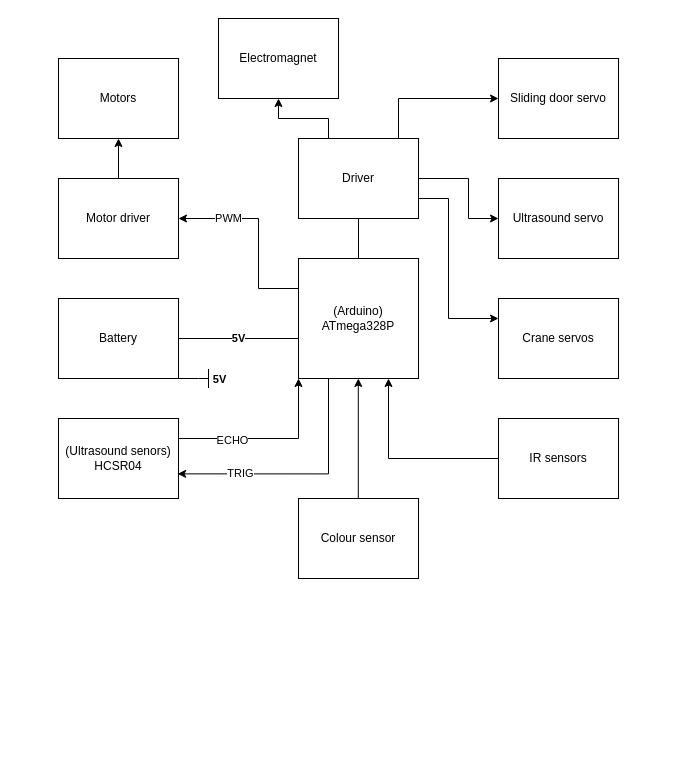
Earlier version of the draw.io diagram documentation/electrical-architecture/electrical-architecture-group2.drawio (Tottocs/System-Project-G2). Source tidied: cells renumbered, new cells numbered last; positions are measured from the earlier drawing's top-left corner, leaving out a move shared by most shapes. Both pictures are drawn from the tidied source at 100%, with x=0, y=0 at pixel (58, 18).
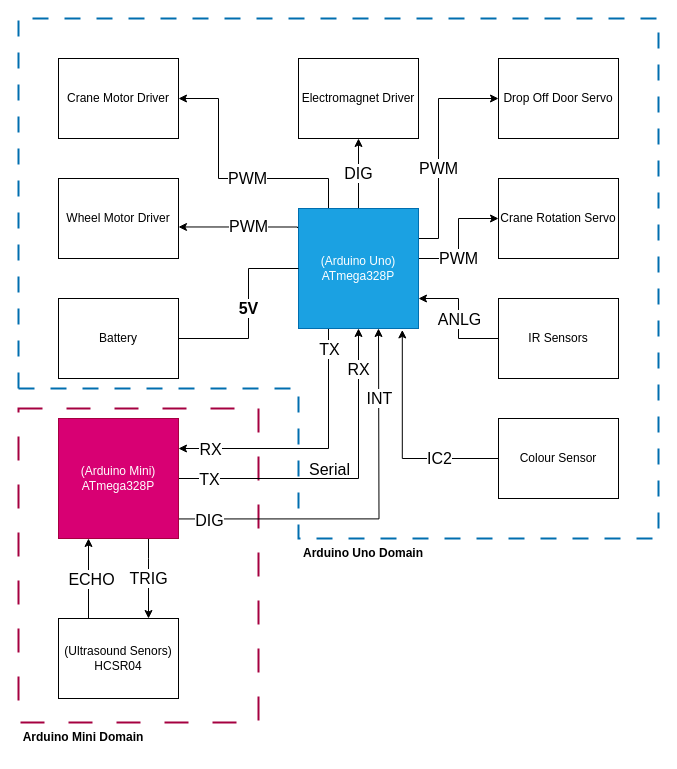
The same page after the edit.

The change refers to these unchanged cells:
```xml
<mxCell id="13" value="Battery" style="rounded=0;whiteSpace=wrap;html=1;" parent="1" vertex="1">
  <mxGeometry y="280" width="120" height="80" as="geometry" />
</mxCell>
```

The edit, as a diff of the source:
```diff
@@
+    <mxCell id="29" style="rounded=0;whiteSpace=wrap;html=1;fillColor=none;dashed=1;dashPattern=12 12;fontColor=#ffffff;strokeColor=#A50040;strokeWidth=2;" parent="1" vertex="1">
+      <mxGeometry x="-40" y="390" width="240" height="314" as="geometry" />
+    </mxCell>
-    <mxCell id="2" value="PWM" style="edgeStyle=orthogonalEdgeStyle;rounded=0;jettySize=auto;html=1;entryX=1;entryY=0.5;entryDx=0;entryDy=0;exitX=0;exitY=0.25;exitDx=0;exitDy=0;" parent="1" edge="1" source="8" target="16">
-      <mxGeometry x="0.47" relative="1" as="geometry">
+    <mxCell id="2" value="PWM" style="edgeStyle=orthogonalEdgeStyle;rounded=0;jettySize=auto;html=1;entryX=1;entryY=0.606;entryDx=0;entryDy=0;exitX=-0.008;exitY=0.163;exitDx=0;exitDy=0;fontSize=16;exitPerimeter=0;entryPerimeter=0;fontStyle=0;" parent="1" edge="1" source="8" target="16">
+      <mxGeometry x="-0.17" relative="1" as="geometry">
         <Array as="points">
-          <mxPoint x="200" y="270" />
-          <mxPoint x="200" y="200" />
+          <mxPoint x="239" y="208" />
         </Array>
       </mxGeometry>
     </mxCell>
-    <mxCell id="3" style="edgeStyle=orthogonalEdgeStyle;rounded=0;jettySize=auto;html=1;entryX=0.5;entryY=1;entryDx=0;entryDy=0;" parent="1" edge="1" source="8" target="21">
-      <mxGeometry relative="1" as="geometry">
-        <Array as="points">
-          <mxPoint x="300" y="140" />
-          <mxPoint x="300" y="140" />
-        </Array>
-      </mxGeometry>
-    </mxCell>
-    <mxCell id="4" style="edgeStyle=orthogonalEdgeStyle;rounded=0;jettySize=auto;html=1;exitX=0;exitY=1;exitDx=0;exitDy=0;entryX=1;entryY=0.25;entryDx=0;entryDy=0;endArrow=none;endFill=0;startArrow=classic;startFill=1;" parent="1" edge="1" source="8" target="22">
+    <mxCell id="4" style="edgeStyle=orthogonalEdgeStyle;rounded=0;jettySize=auto;html=1;entryX=0.25;entryY=0;entryDx=0;entryDy=0;endArrow=none;endFill=0;startArrow=classic;startFill=1;exitX=0.25;exitY=1;exitDx=0;exitDy=0;" parent="1" edge="1" source="44" target="22">
       <mxGeometry relative="1" as="geometry">
         <Array as="points">
-          <mxPoint x="240" y="420" />
+          <mxPoint x="30" y="560" />
+          <mxPoint x="30" y="560" />
         </Array>
       </mxGeometry>
     </mxCell>
-    <mxCell id="5" value="ECHO" style="edgeLabel;html=1;align=center;verticalAlign=middle;" parent="4" vertex="1">
+    <mxCell id="5" value="ECHO" style="edgeLabel;html=1;align=center;verticalAlign=middle;fontSize=16;" parent="4" vertex="1">
       <mxGeometry x="0.25" y="1" relative="1" as="geometry">
-        <mxPoint x="-14" as="offset" />
+        <mxPoint x="1" y="-10" as="offset" />
       </mxGeometry>
     </mxCell>
-    <mxCell id="6" style="edgeStyle=orthogonalEdgeStyle;rounded=0;jettySize=auto;html=1;entryX=0;entryY=0.5;entryDx=0;entryDy=0;startArrow=classic;startFill=1;endArrow=none;endFill=0;exitX=0.75;exitY=1;exitDx=0;exitDy=0;" parent="1" edge="1" source="8" target="27">
+    <mxCell id="6" style="edgeStyle=orthogonalEdgeStyle;rounded=0;jettySize=auto;html=1;entryX=0;entryY=0.5;entryDx=0;entryDy=0;startArrow=classic;startFill=1;endArrow=none;endFill=0;exitX=1;exitY=0.75;exitDx=0;exitDy=0;" parent="1" edge="1" source="8" target="27">
       <mxGeometry relative="1" as="geometry">
         <Array as="points">
-          <mxPoint x="330" y="440" />
+          <mxPoint x="400" y="280" />
+          <mxPoint x="400" y="320" />
         </Array>
       </mxGeometry>
     </mxCell>
+    <mxCell id="30" value="&lt;font style=&quot;font-size: 16px;&quot;&gt;ANLG&lt;/font&gt;" style="edgeLabel;html=1;align=center;verticalAlign=middle;" parent="6" vertex="1">
+      <mxGeometry x="0.21" relative="1" as="geometry">
+        <mxPoint y="-13" as="offset" />
+      </mxGeometry>
+    </mxCell>
-    <mxCell id="7" style="edgeStyle=orthogonalEdgeStyle;rounded=0;jettySize=auto;html=1;exitX=0.332;exitY=1;exitDx=0;exitDy=0;startArrow=classic;startFill=1;endArrow=none;endFill=0;entryX=0.5;entryY=0;entryDx=0;entryDy=0;exitPerimeter=0;" parent="1" edge="1" target="26">
-      <mxGeometry relative="1" as="geometry">
-        <mxPoint x="299.8" y="360" as="sourcePoint" />
+    <mxCell id="7" value="IC2" style="edgeStyle=orthogonalEdgeStyle;rounded=0;jettySize=auto;html=1;exitX=0.865;exitY=1.012;exitDx=0;exitDy=0;startArrow=classic;startFill=1;endArrow=none;endFill=0;entryX=0;entryY=0.5;entryDx=0;entryDy=0;fontSize=16;exitPerimeter=0;" parent="1" edge="1" source="8" target="26">
+      <mxGeometry x="0.48" relative="1" as="geometry">
         <Array as="points">
-          <mxPoint x="300" y="500" />
-          <mxPoint x="300" y="500" />
+          <mxPoint x="344" y="440" />
         </Array>
       </mxGeometry>
     </mxCell>
+    <mxCell id="31" value="PWM" style="edgeStyle=orthogonalEdgeStyle;rounded=0;jettySize=auto;html=1;exitX=1;exitY=0.75;exitDx=0;exitDy=0;fontSize=16;" parent="1" edge="1" source="8" target="25">
+      <mxGeometry relative="1" as="geometry">
+        <Array as="points">
+          <mxPoint x="360" y="240" />
+          <mxPoint x="400" y="240" />
+          <mxPoint x="400" y="200" />
+        </Array>
+      </mxGeometry>
+    </mxCell>
+    <mxCell id="32" value="PWM" style="edgeStyle=orthogonalEdgeStyle;rounded=0;jettySize=auto;html=1;exitX=1;exitY=0.25;exitDx=0;exitDy=0;entryX=0;entryY=0.5;entryDx=0;entryDy=0;fontSize=16;" parent="1" edge="1" source="8" target="14">
+      <mxGeometry x="-0.18" relative="1" as="geometry">
+        <Array as="points">
+          <mxPoint x="380" y="220" />
+          <mxPoint x="380" y="80" />
+        </Array>
+      </mxGeometry>
+    </mxCell>
+    <mxCell id="33" style="edgeStyle=orthogonalEdgeStyle;rounded=0;jettySize=auto;html=1;exitX=0.25;exitY=1;exitDx=0;exitDy=0;entryX=1;entryY=0.25;entryDx=0;entryDy=0;" parent="1" edge="1" source="8" target="44">
+      <mxGeometry relative="1" as="geometry" />
+    </mxCell>
+    <mxCell id="34" value="RX" style="edgeLabel;html=1;align=center;verticalAlign=middle;fontSize=16;" parent="33" vertex="1">
+      <mxGeometry x="0.62" relative="1" as="geometry">
+        <mxPoint x="-20" as="offset" />
+      </mxGeometry>
+    </mxCell>
+    <mxCell id="35" value="&lt;font style=&quot;font-size: 16px;&quot;&gt;TX&lt;/font&gt;" style="edgeLabel;html=1;align=center;verticalAlign=middle;" parent="33" vertex="1">
+      <mxGeometry x="-0.85" relative="1" as="geometry" />
+    </mxCell>
+    <mxCell id="36" value="&lt;font style=&quot;font-size: 16px;&quot;&gt;Serial&lt;/font&gt;" style="edgeLabel;html=1;align=center;verticalAlign=middle;" parent="33" vertex="1">
+      <mxGeometry x="0.07" y="-1" relative="1" as="geometry">
+        <mxPoint x="24" y="21" as="offset" />
+      </mxGeometry>
+    </mxCell>
+    <mxCell id="37" value="PWM" style="edgeStyle=orthogonalEdgeStyle;rounded=0;jettySize=auto;html=1;exitX=0.25;exitY=0;exitDx=0;exitDy=0;entryX=1;entryY=0.5;entryDx=0;entryDy=0;fontSize=16;" parent="1" edge="1" source="8" target="45">
+      <mxGeometry x="-0.15" relative="1" as="geometry">
+        <Array as="points">
+          <mxPoint x="270" y="160" />
+          <mxPoint x="160" y="160" />
+          <mxPoint x="160" y="80" />
+        </Array>
+      </mxGeometry>
+    </mxCell>
+    <mxCell id="3" value="DIG" style="edgeStyle=none;rounded=0;jettySize=auto;html=1;fontSize=16;" parent="1" edge="1" source="8" target="21">
+      <mxGeometry relative="1" as="geometry" />
+    </mxCell>
-    <mxCell id="8" value="&lt;div&gt;(Arduino)&lt;/div&gt;ATmega328P" style="whiteSpace=wrap;html=1;" parent="1" vertex="1">
-      <mxGeometry x="240" y="240" width="120" height="120" as="geometry" />
+    <mxCell id="8" value="&lt;div&gt;(Arduino Uno)&lt;/div&gt;ATmega328P" style="whiteSpace=wrap;html=1;fillColor=#1ba1e2;fontColor=#ffffff;strokeColor=#006EAF;" parent="1" vertex="1">
+      <mxGeometry x="240" y="190" width="120" height="120" as="geometry" />
     </mxCell>
-    <mxCell id="9" value="Motors" style="rounded=0;whiteSpace=wrap;html=1;" parent="1" vertex="1">
-      <mxGeometry y="40" width="120" height="80" as="geometry" />
-    </mxCell>
-    <mxCell id="10" value="5V" style="edgeStyle=orthogonalEdgeStyle;rounded=0;jettySize=auto;html=1;exitX=1;exitY=0.5;exitDx=0;exitDy=0;strokeColor=default;endArrow=none;endFill=0;sourcePerimeterSpacing=0;targetPerimeterSpacing=1;spacingTop=0;spacingLeft=0;fontStyle=1;" parent="1" edge="1" source="13">
-      <mxGeometry relative="1" as="geometry">
-        <mxPoint x="240" y="320" as="targetPoint" />
+    <mxCell id="10" value="5V" style="edgeStyle=orthogonalEdgeStyle;rounded=0;jettySize=auto;html=1;exitX=1;exitY=0.5;exitDx=0;exitDy=0;strokeColor=default;endArrow=none;endFill=0;sourcePerimeterSpacing=0;targetPerimeterSpacing=1;spacingTop=0;spacingLeft=0;fontStyle=1;fontSize=16;entryX=0;entryY=0.5;entryDx=0;entryDy=0;" parent="1" edge="1" source="13" target="8">
+      <mxGeometry x="0.05" relative="1" as="geometry">
         <Array as="points">
-          <mxPoint x="240" y="320" />
+          <mxPoint x="190" y="320" />
+          <mxPoint x="190" y="250" />
         </Array>
       </mxGeometry>
     </mxCell>
-    <mxCell id="11" style="edgeStyle=orthogonalEdgeStyle;rounded=0;jettySize=auto;html=1;exitX=1;exitY=1;exitDx=0;exitDy=0;endArrow=baseDash;endFill=0;endSize=17;" parent="1" edge="1" source="13">
-      <mxGeometry relative="1" as="geometry">
-        <mxPoint x="150" y="360" as="targetPoint" />
-        <Array as="points">
-          <mxPoint x="140" y="360" />
-          <mxPoint x="140" y="360" />
-        </Array>
-      </mxGeometry>
-    </mxCell>
-    <mxCell id="12" value="&lt;b&gt;5V&lt;/b&gt;" style="edgeLabel;html=1;align=center;verticalAlign=middle;" parent="11" vertex="1">
-      <mxGeometry x="1" y="-3" relative="1" as="geometry">
-        <mxPoint x="10" y="-3" as="offset" />
-      </mxGeometry>
-    </mxCell>
@@
-    <mxCell id="14" value="Sliding door servo" style="rounded=0;whiteSpace=wrap;html=1;" parent="1" vertex="1">
+    <mxCell id="14" value="Drop Off Door Servo" style="rounded=0;whiteSpace=wrap;html=1;" parent="1" vertex="1">
       <mxGeometry x="440" y="40" width="120" height="80" as="geometry" />
     </mxCell>
-    <mxCell id="15" style="edgeStyle=orthogonalEdgeStyle;rounded=0;jettySize=auto;html=1;" parent="1" edge="1" source="16" target="9">
-      <mxGeometry relative="1" as="geometry" />
-    </mxCell>
-    <mxCell id="16" value="Motor driver" style="rounded=0;whiteSpace=wrap;html=1;" parent="1" vertex="1">
+    <mxCell id="16" value="Wheel Motor Driver" style="rounded=0;whiteSpace=wrap;html=1;" parent="1" vertex="1">
       <mxGeometry y="160" width="120" height="80" as="geometry" />
     </mxCell>
-    <mxCell id="17" style="edgeStyle=orthogonalEdgeStyle;rounded=0;jettySize=auto;html=1;" parent="1" edge="1" source="21" target="14">
-      <mxGeometry relative="1" as="geometry">
-        <Array as="points">
-          <mxPoint x="340" y="80" />
-        </Array>
-      </mxGeometry>
-    </mxCell>
-    <mxCell id="18" style="edgeStyle=orthogonalEdgeStyle;rounded=0;jettySize=auto;html=1;exitX=1;exitY=0.5;exitDx=0;exitDy=0;entryX=0;entryY=0.5;entryDx=0;entryDy=0;" parent="1" edge="1" source="21" target="24">
-      <mxGeometry relative="1" as="geometry">
-        <Array as="points">
-          <mxPoint x="410" y="160" />
-          <mxPoint x="410" y="200" />
-        </Array>
-      </mxGeometry>
-    </mxCell>
-    <mxCell id="19" style="edgeStyle=orthogonalEdgeStyle;rounded=0;jettySize=auto;html=1;exitX=1;exitY=0.75;exitDx=0;exitDy=0;entryX=0;entryY=0.25;entryDx=0;entryDy=0;" parent="1" edge="1" source="21" target="25">
-      <mxGeometry relative="1" as="geometry">
-        <Array as="points">
-          <mxPoint x="390" y="180" />
-          <mxPoint x="390" y="300" />
-        </Array>
-      </mxGeometry>
-    </mxCell>
-    <mxCell id="20" style="edgeStyle=orthogonalEdgeStyle;rounded=0;jettySize=auto;html=1;exitX=0.25;exitY=0;exitDx=0;exitDy=0;" parent="1" edge="1" source="21" target="28">
-      <mxGeometry relative="1" as="geometry" />
-    </mxCell>
-    <mxCell id="21" value="Driver" style="rounded=0;whiteSpace=wrap;html=1;" parent="1" vertex="1">
-      <mxGeometry x="240" y="120" width="120" height="80" as="geometry" />
+    <mxCell id="21" value="Electromagnet Driver" style="rounded=0;whiteSpace=wrap;html=1;" parent="1" vertex="1">
+      <mxGeometry x="240" y="40" width="120" height="80" as="geometry" />
     </mxCell>
-    <mxCell id="22" value="(Ultrasound senors)&lt;div&gt;HCSR04&lt;/div&gt;" style="rounded=0;whiteSpace=wrap;html=1;" parent="1" vertex="1">
-      <mxGeometry y="400" width="120" height="80" as="geometry" />
+    <mxCell id="22" value="(Ultrasound Senors)&lt;div&gt;HCSR04&lt;/div&gt;" style="rounded=0;whiteSpace=wrap;html=1;" parent="1" vertex="1">
+      <mxGeometry y="600" width="120" height="80" as="geometry" />
     </mxCell>
-    <mxCell id="23" value="TRIG" style="edgeStyle=orthogonalEdgeStyle;rounded=0;jettySize=auto;html=1;entryX=0.993;entryY=0.692;entryDx=0;entryDy=0;entryPerimeter=0;exitX=0.25;exitY=1;exitDx=0;exitDy=0;" parent="1" edge="1" source="8" target="22">
-      <mxGeometry x="0.49" relative="1" as="geometry">
+    <mxCell id="23" value="TRIG" style="edgeStyle=orthogonalEdgeStyle;rounded=0;jettySize=auto;html=1;entryX=0.75;entryY=0;entryDx=0;entryDy=0;fontSize=16;exitX=0.75;exitY=1;exitDx=0;exitDy=0;" parent="1" edge="1" source="44" target="22">
+      <mxGeometry relative="1" as="geometry">
         <Array as="points">
-          <mxPoint x="270" y="455" />
+          <mxPoint x="90" y="540" />
+          <mxPoint x="90" y="540" />
         </Array>
       </mxGeometry>
     </mxCell>
-    <mxCell id="24" value="Ultrasound servo" style="rounded=0;whiteSpace=wrap;html=1;" parent="1" vertex="1">
-      <mxGeometry x="440" y="160" width="120" height="80" as="geometry" />
-    </mxCell>
-    <mxCell id="25" value="Crane servos" style="rounded=0;whiteSpace=wrap;html=1;" parent="1" vertex="1">
-      <mxGeometry x="440" y="280" width="120" height="80" as="geometry" />
+    <mxCell id="25" value="Crane Rotation Servo" style="rounded=0;whiteSpace=wrap;html=1;" parent="1" vertex="1">
+      <mxGeometry x="440" y="160" width="120" height="80" as="geometry" />
     </mxCell>
-    <mxCell id="26" value="Colour sensor" style="rounded=0;whiteSpace=wrap;html=1;" parent="1" vertex="1">
-      <mxGeometry x="240" y="480" width="120" height="80" as="geometry" />
+    <mxCell id="26" value="Colour Sensor" style="rounded=0;whiteSpace=wrap;html=1;" parent="1" vertex="1">
+      <mxGeometry x="440" y="400" width="120" height="80" as="geometry" />
     </mxCell>
-    <mxCell id="27" value="IR sensors" style="rounded=0;whiteSpace=wrap;html=1;" parent="1" vertex="1">
-      <mxGeometry x="440" y="400" width="120" height="80" as="geometry" />
+    <mxCell id="27" value="IR Sensors" style="rounded=0;whiteSpace=wrap;html=1;" parent="1" vertex="1">
+      <mxGeometry x="440" y="280" width="120" height="80" as="geometry" />
     </mxCell>
-    <mxCell id="28" value="Electromagnet" style="rounded=0;whiteSpace=wrap;html=1;" parent="1" vertex="1">
-      <mxGeometry x="160" width="120" height="80" as="geometry" />
-    </mxCell>
+    <mxCell id="38" style="edgeStyle=orthogonalEdgeStyle;rounded=0;jettySize=auto;html=1;exitX=0.999;exitY=0.837;exitDx=0;exitDy=0;entryX=0.25;entryY=1;entryDx=0;entryDy=0;exitPerimeter=0;" parent="1" edge="1" source="44">
+      <mxGeometry relative="1" as="geometry">
+        <mxPoint x="320" y="310" as="targetPoint" />
+      </mxGeometry>
+    </mxCell>
+    <mxCell id="39" value="INT" style="edgeLabel;html=1;align=center;verticalAlign=middle;fontSize=16;" parent="38" vertex="1">
+      <mxGeometry x="0.77" relative="1" as="geometry">
+        <mxPoint y="24" as="offset" />
+      </mxGeometry>
+    </mxCell>
+    <mxCell id="40" value="&lt;font style=&quot;font-size: 16px;&quot;&gt;DIG&lt;/font&gt;" style="edgeLabel;html=1;align=center;verticalAlign=middle;" parent="38" vertex="1">
+      <mxGeometry x="-0.84" y="-1" relative="1" as="geometry" />
+    </mxCell>
+    <mxCell id="41" style="edgeStyle=orthogonalEdgeStyle;rounded=0;jettySize=auto;html=1;entryX=0.5;entryY=1;entryDx=0;entryDy=0;" parent="1" edge="1" source="44" target="8">
+      <mxGeometry relative="1" as="geometry" />
+    </mxCell>
+    <mxCell id="42" value="TX" style="edgeLabel;html=1;align=center;verticalAlign=middle;fontSize=16;" parent="41" vertex="1">
+      <mxGeometry x="-0.85" y="-1" relative="1" as="geometry">
+        <mxPoint x="5" y="-1" as="offset" />
+      </mxGeometry>
+    </mxCell>
+    <mxCell id="43" value="&lt;span style=&quot;font-size: 16px;&quot;&gt;RX&lt;/span&gt;" style="edgeLabel;html=1;align=center;verticalAlign=middle;" parent="41" vertex="1">
+      <mxGeometry x="0.85" y="1" relative="1" as="geometry">
+        <mxPoint y="15" as="offset" />
+      </mxGeometry>
+    </mxCell>
+    <mxCell id="44" value="&lt;div&gt;(Arduino Mini)&lt;/div&gt;ATmega328P" style="whiteSpace=wrap;html=1;fillColor=#d80073;fontColor=#ffffff;strokeColor=#A50040;" parent="1" vertex="1">
+      <mxGeometry y="400" width="120" height="120" as="geometry" />
+    </mxCell>
+    <mxCell id="45" value="Crane Motor Driver" style="rounded=0;whiteSpace=wrap;html=1;" parent="1" vertex="1">
+      <mxGeometry y="40" width="120" height="80" as="geometry" />
+    </mxCell>
+    <mxCell id="46" value="Arduino Mini Domain" style="text;html=1;whiteSpace=wrap;strokeColor=none;fillColor=none;align=center;verticalAlign=middle;rounded=0;fontStyle=1;" parent="1" vertex="1">
+      <mxGeometry x="-40" y="704" width="130" height="30" as="geometry" />
+    </mxCell>
+    <mxCell id="47" style="endArrow=none;html=1;rounded=0;dashed=1;dashPattern=8 8;fillColor=#1ba1e2;strokeColor=#006EAF;strokeWidth=2;" parent="1" edge="1">
+      <mxGeometry relative="1" as="geometry">
+        <mxPoint x="-40" y="370" as="sourcePoint" />
+        <mxPoint x="-40" y="370" as="targetPoint" />
+        <Array as="points">
+          <mxPoint x="-40" />
+          <mxPoint x="600" />
+          <mxPoint x="600" y="520" />
+          <mxPoint x="240" y="520" />
+          <mxPoint x="240" y="370" />
+        </Array>
+      </mxGeometry>
+    </mxCell>
+    <mxCell id="48" value="Arduino Uno Domain" style="text;html=1;whiteSpace=wrap;strokeColor=none;fillColor=none;align=center;verticalAlign=middle;rounded=0;fontStyle=1;" parent="1" vertex="1">
+      <mxGeometry x="240" y="520" width="130" height="30" as="geometry" />
+    </mxCell>
```
